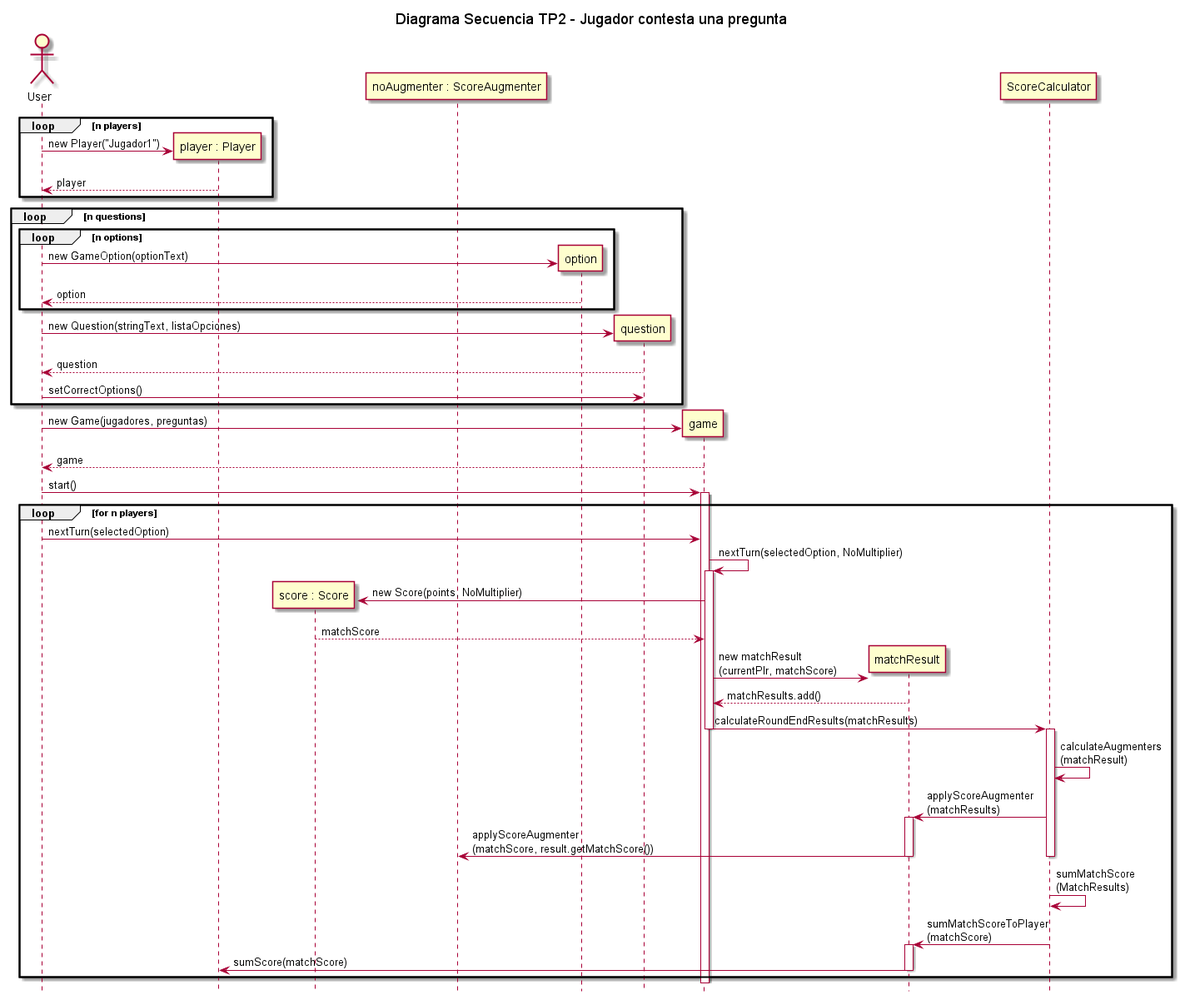
Before: docs/out/DiagramaSecuencia-ConestarPregunta/Diagrama Secuencia TP2 - Jugador contesta una pregunta.png, a diagram exported from PlantUML (GEscandar/TP2-Kahoot).
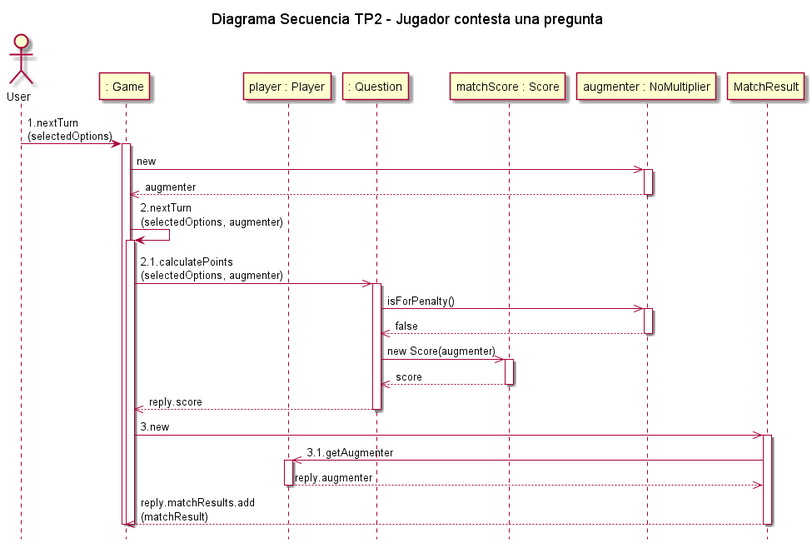
The same file after the commit.

Change to the diagram source:
```diff
@@ -4,56 +4,41 @@
 title Diagrama Secuencia TP2 - Jugador contesta una pregunta
 hide footbox
 
+participant ": Game" as game
 participant "player : Player" as player
-participant "score : Score" as score
-participant "noAugmenter : ScoreAugmenter" as noMultiplier
+participant ": Question" as question
+participant "matchScore : Score" as score
+participant "augmenter : NoMultiplier" as augmenter
 
-loop n players
-User -> player ** : new Player("Jugador1")
-player --> User : player
-end loop
 
-loop n questions
-loop n options
-User -> option ** : new GameOption(optionText)
-option --> User : option
-end loop
-User -> question ** : new Question(stringText, listaOpciones)
-question --> User : question
-User -> question : setCorrectOptions()
-end loop
-
-User -> game ** : new Game(jugadores, preguntas)
-game --> User : game
-User -> game : start()
+User -> game:1.nextTurn\n(selectedOptions)
 activate game
-
-loop for n players
-User -> game : nextTurn(selectedOption)
-game-> game : nextTurn(selectedOption, NoMultiplier)
+game ->> augmenter:new
+activate augmenter
+augmenter -->> game:augmenter
+deactivate augmenter
+game-> game:2.nextTurn\n(selectedOptions, augmenter)
 activate game
-
-game -> score** : new Score(points, NoMultiplier)
-score --> game : matchScore
-
-game -> matchResult** : new matchResult\n(currentPlr, matchScore)
-matchResult --> game : matchResults.add()
-
-game -> ScoreCalculator : calculateRoundEndResults(matchResults)
+game->>question:2.1.calculatePoints\n(selectedOptions, augmenter)
+activate question
+question ->> augmenter:isForPenalty()
+activate augmenter
+augmenter -->> question:false
+deactivate augmenter
+question ->> score:new Score(augmenter)
+activate score
+score -->> question:score
+deactivate score
+question -->>game:reply.score
+deactivate question
+game->>MatchResult:3.new
+activate MatchResult
+MatchResult->>player:3.1.getAugmenter
+activate player
+player-->>MatchResult:reply.augmenter
+deactivate player
+MatchResult-->>game:reply.matchResults.add\n(matchResult)
+deactivate MatchResult
 deactivate game
-activate ScoreCalculator
-ScoreCalculator -> ScoreCalculator : calculateAugmenters\n(matchResult)
-ScoreCalculator -> matchResult : applyScoreAugmenter\n(matchResults)
-activate matchResult
-matchResult -> noMultiplier : applyScoreAugmenter\n(matchScore, result.getMatchScore())
-deactivate matchResult
-deactivate ScoreCalculator
-ScoreCalculator -> ScoreCalculator : sumMatchScore\n(MatchResults)
-ScoreCalculator -> matchResult : sumMatchScoreToPlayer\n(matchScore)
-activate matchResult
-matchResult -> player : sumScore(matchScore)
-deactivate matchResult
-end loop
 deactivate game
-
 @enduml
```
